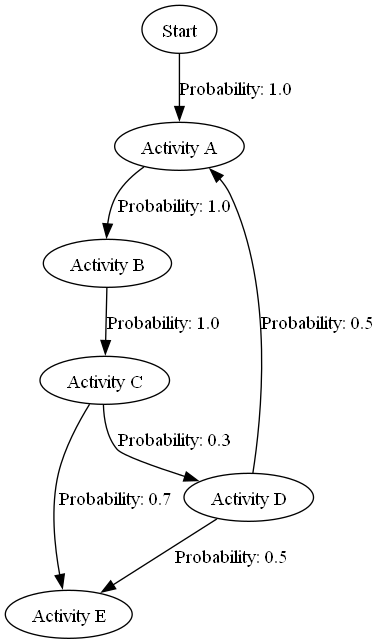
Before: projects/_02_Process Mining/Simulating_logs/process_flow.gv.png, a diagram exported from Graphviz (peter-seweiha/peter-seweiha.github.io). Its source is kept beside it as projects/_02_Process Mining/Simulating_logs/process_flow.gv. Source of this version:
```dot
digraph ProcessFlow {
	Start
	"Activity A"
	Start -> "Activity A" [label="Probability: 1.0"]
	"Activity A"
	"Activity B"
	"Activity A" -> "Activity B" [label="Probability: 1.0"]
	"Activity B"
	"Activity C"
	"Activity B" -> "Activity C" [label="Probability: 1.0"]
	"Activity C"
	"Activity D"
	"Activity C" -> "Activity D" [label="Probability: 0.3"]
	"Activity C"
	"Activity E"
	"Activity C" -> "Activity E" [label="Probability: 0.7"]
	"Activity D"
	"Activity E"
	"Activity D" -> "Activity E" [label="Probability: 0.5"]
	"Activity D"
	"Activity A"
	"Activity D" -> "Activity A" [label="Probability: 0.5"]
}
```
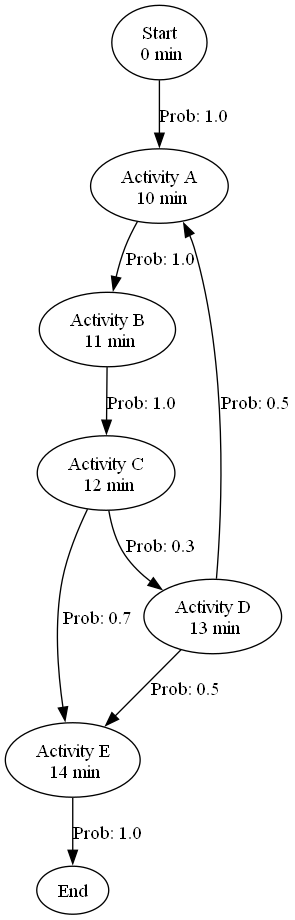
After the commit.

Commit message:
process_mining

Diff of the diagram source:
```diff
@@ -1,23 +1,42 @@
 digraph ProcessFlow {
 	Start
 	"Activity A"
-	Start -> "Activity A" [label="Probability: 1.0"]
+	Start [label="Start
+ 0 min"]
+	Start -> "Activity A" [label="Prob: 1.0"]
 	"Activity A"
 	"Activity B"
-	"Activity A" -> "Activity B" [label="Probability: 1.0"]
+	"Activity A" [label="Activity A
+ 10 min"]
+	"Activity A" -> "Activity B" [label="Prob: 1.0"]
 	"Activity B"
 	"Activity C"
-	"Activity B" -> "Activity C" [label="Probability: 1.0"]
+	"Activity B" [label="Activity B
+ 11 min"]
+	"Activity B" -> "Activity C" [label="Prob: 1.0"]
 	"Activity C"
 	"Activity D"
-	"Activity C" -> "Activity D" [label="Probability: 0.3"]
+	"Activity C" [label="Activity C
+ 12 min"]
+	"Activity C" -> "Activity D" [label="Prob: 0.3"]
 	"Activity C"
 	"Activity E"
-	"Activity C" -> "Activity E" [label="Probability: 0.7"]
+	"Activity C" [label="Activity C
+ 12 min"]
+	"Activity C" -> "Activity E" [label="Prob: 0.7"]
 	"Activity D"
 	"Activity E"
-	"Activity D" -> "Activity E" [label="Probability: 0.5"]
+	"Activity D" [label="Activity D
+ 13 min"]
+	"Activity D" -> "Activity E" [label="Prob: 0.5"]
 	"Activity D"
 	"Activity A"
-	"Activity D" -> "Activity A" [label="Probability: 0.5"]
+	"Activity D" [label="Activity D
+ 13 min"]
+	"Activity D" -> "Activity A" [label="Prob: 0.5"]
+	"Activity E"
+	End
+	"Activity E" [label="Activity E
+ 14 min"]
+	"Activity E" -> End [label="Prob: 1.0"]
 }
```
